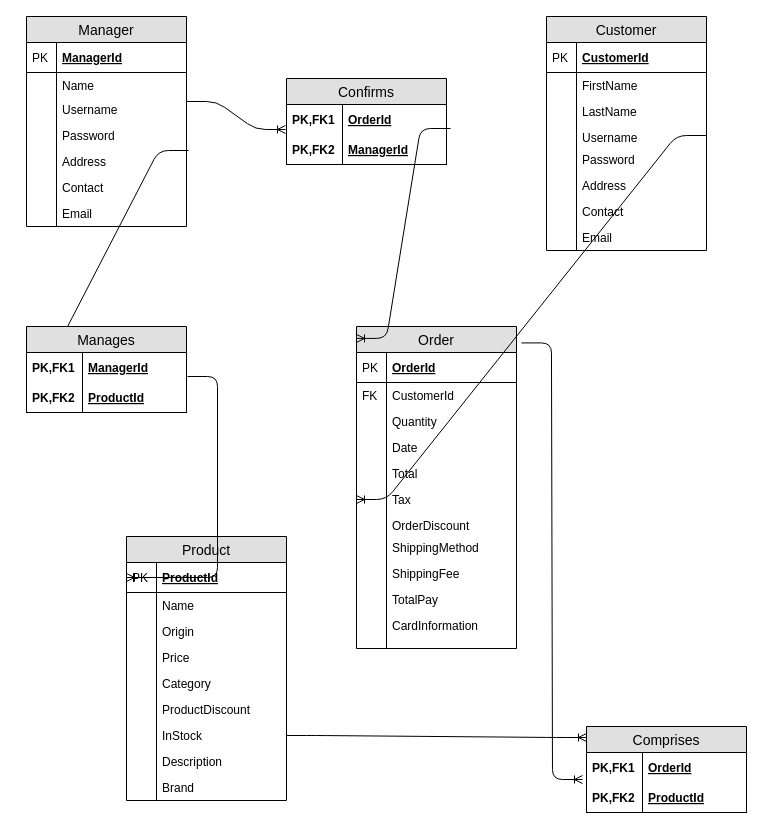
Above: page "Page-2" (2 of 3) of ERD/Untitled Diagram.drawio in Ngoc99/VIRTUAL-SHOPPING-_-SE_-ITITIU-2019 (draw.io), before the change. Source tidied: cells renumbered, new cells numbered last; positions are measured from the earlier drawing's top-left corner, leaving out a move shared by most shapes. Both pictures are drawn from the tidied source at 100%, with x=0, y=0 at pixel (26, 16).
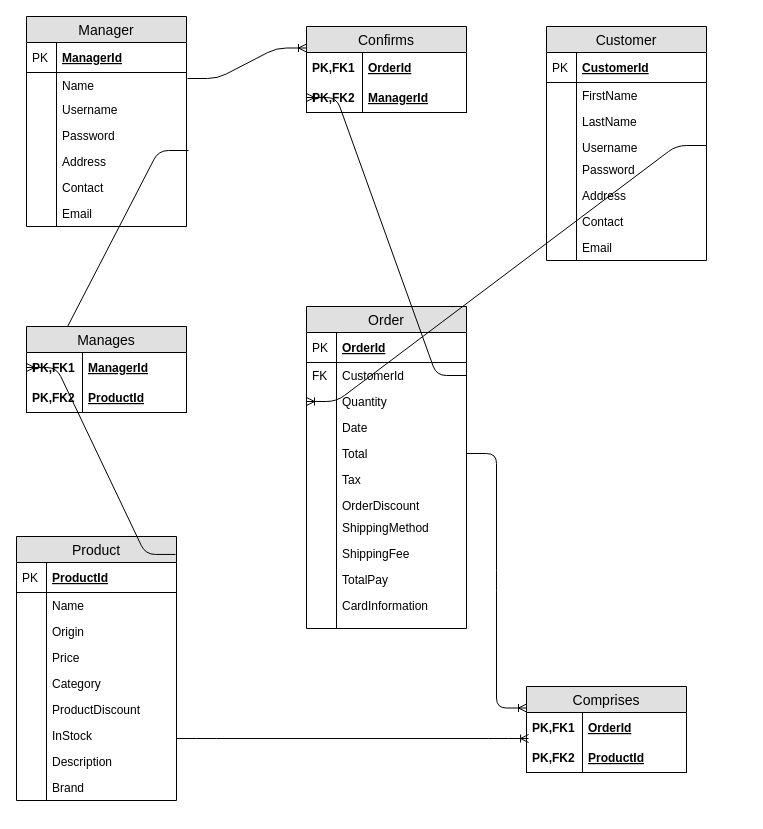
The same diagram, later.

The change refers to these unchanged cells:
```xml
<mxCell id="7" value="Username" style="shape=partialRectangle;top=0;left=0;right=0;bottom=0;align=left;verticalAlign=top;fillColor=none;spacingLeft=34;spacingRight=4;overflow=hidden;points=[[0,0.5],[1,0.5]];portConstraint=eastwest;fontSize=12;" parent="2" vertex="1">
  <mxGeometry y="80" width="160" height="26" as="geometry" />
</mxCell>
<mxCell id="18" value="ProductId" style="shape=partialRectangle;top=0;left=0;right=0;bottom=1;align=left;verticalAlign=middle;fillColor=none;spacingLeft=34;spacingRight=4;overflow=hidden;points=[[0,0.5],[1,0.5]];portConstraint=eastwest;fontStyle=5;fontSize=12;" parent="17" vertex="1">
  <mxGeometry y="26" width="160" height="30" as="geometry" />
</mxCell>
<mxCell id="30" value="InStock" style="shape=partialRectangle;top=0;left=0;right=0;bottom=0;align=left;verticalAlign=top;fillColor=none;spacingLeft=34;spacingRight=4;overflow=hidden;points=[[0,0.5],[1,0.5]];portConstraint=eastwest;fontSize=12;" parent="17" vertex="1">
  <mxGeometry y="186" width="160" height="26" as="geometry" />
</mxCell>
<mxCell id="43" value="Username" style="shape=partialRectangle;top=0;left=0;right=0;bottom=0;align=left;verticalAlign=top;fillColor=none;spacingLeft=34;spacingRight=4;overflow=hidden;points=[[0,0.5],[1,0.5]];portConstraint=eastwest;fontSize=12;" parent="36" vertex="1">
  <mxGeometry y="108" width="160" height="22" as="geometry" />
</mxCell>
<mxCell id="54" value="OrderId" style="shape=partialRectangle;top=0;left=0;right=0;bottom=0;align=left;verticalAlign=middle;fillColor=none;spacingLeft=60;spacingRight=4;overflow=hidden;points=[[0,0.5],[1,0.5]];portConstraint=eastwest;fontStyle=5;fontSize=12;" parent="53" vertex="1">
  <mxGeometry y="26" width="160" height="30" as="geometry" />
</mxCell>
<mxCell id="61" value="CustomerId" style="shape=partialRectangle;top=0;left=0;right=0;bottom=0;align=left;verticalAlign=top;fillColor=none;spacingLeft=34;spacingRight=4;overflow=hidden;points=[[0,0.5],[1,0.5]];portConstraint=eastwest;fontSize=12;" parent="58" vertex="1">
  <mxGeometry y="56" width="160" height="26" as="geometry" />
</mxCell>
<mxCell id="63" value="Quantity" style="shape=partialRectangle;top=0;left=0;right=0;bottom=0;align=left;verticalAlign=top;fillColor=none;spacingLeft=34;spacingRight=4;overflow=hidden;points=[[0,0.5],[1,0.5]];portConstraint=eastwest;fontSize=12;" parent="58" vertex="1">
  <mxGeometry y="82" width="160" height="26" as="geometry" />
</mxCell>
<mxCell id="67" value="Total" style="shape=partialRectangle;top=0;left=0;right=0;bottom=0;align=left;verticalAlign=top;fillColor=none;spacingLeft=34;spacingRight=4;overflow=hidden;points=[[0,0.5],[1,0.5]];portConstraint=eastwest;fontSize=12;" parent="58" vertex="1">
  <mxGeometry y="134" width="160" height="26" as="geometry" />
</mxCell>
<mxCell id="69" value="Tax" style="shape=partialRectangle;top=0;left=0;right=0;bottom=0;align=left;verticalAlign=top;fillColor=none;spacingLeft=34;spacingRight=4;overflow=hidden;points=[[0,0.5],[1,0.5]];portConstraint=eastwest;fontSize=12;" parent="58" vertex="1">
  <mxGeometry y="160" width="160" height="26" as="geometry" />
</mxCell>
<mxCell id="88" value="ManagerId" style="shape=partialRectangle;top=0;left=0;right=0;bottom=0;align=left;verticalAlign=middle;fillColor=none;spacingLeft=60;spacingRight=4;overflow=hidden;points=[[0,0.5],[1,0.5]];portConstraint=eastwest;fontStyle=5;fontSize=12;" parent="87" vertex="1">
  <mxGeometry y="26" width="160" height="30" as="geometry" />
</mxCell>
<mxCell id="94" value="OrderId" style="shape=partialRectangle;top=0;left=0;right=0;bottom=0;align=left;verticalAlign=middle;fillColor=none;spacingLeft=60;spacingRight=4;overflow=hidden;points=[[0,0.5],[1,0.5]];portConstraint=eastwest;fontStyle=5;fontSize=12;" parent="93" vertex="1">
  <mxGeometry y="26" width="160" height="30" as="geometry" />
</mxCell>
<mxCell id="96" value="ManagerId" style="shape=partialRectangle;top=0;left=0;right=0;bottom=1;align=left;verticalAlign=middle;fillColor=none;spacingLeft=60;spacingRight=4;overflow=hidden;points=[[0,0.5],[1,0.5]];portConstraint=eastwest;fontStyle=5;fontSize=12;" parent="93" vertex="1">
  <mxGeometry y="56" width="160" height="30" as="geometry" />
</mxCell>
```

The edit, as a diff of the source:
```diff
@@
     <mxCell id="17" value="Product" style="swimlane;fontStyle=0;horizontal=1;startSize=26;fillColor=#e0e0e0;swimlaneFillColor=#ffffff;align=center;fontSize=14;" parent="1" vertex="1">
-      <mxGeometry x="100" y="520" width="160" height="264" as="geometry" />
+      <mxGeometry x="-10" y="520" width="160" height="264" as="geometry" />
     </mxCell>
@@
     <mxCell id="36" value="Customer" style="swimlane;fontStyle=0;horizontal=1;startSize=26;fillColor=#e0e0e0;swimlaneFillColor=#ffffff;align=center;fontSize=14;" parent="1" vertex="1">
-      <mxGeometry x="520" width="160" height="234" as="geometry" />
+      <mxGeometry x="520" y="10" width="160" height="234" as="geometry" />
     </mxCell>
@@
     <mxCell id="53" value="Comprises" style="swimlane;fontStyle=0;horizontal=1;startSize=26;fillColor=#e0e0e0;swimlaneFillColor=#ffffff;align=center;fontSize=14;" parent="1" vertex="1">
-      <mxGeometry x="560" y="710" width="160" height="86" as="geometry" />
+      <mxGeometry x="500" y="670" width="160" height="86" as="geometry" />
     </mxCell>
@@
     <mxCell id="58" value="Order" style="swimlane;fontStyle=0;horizontal=1;startSize=26;fillColor=#e0e0e0;swimlaneFillColor=#ffffff;align=center;fontSize=14;" parent="1" vertex="1">
-      <mxGeometry x="330" y="310" width="160" height="322" as="geometry" />
+      <mxGeometry x="280" y="290" width="160" height="322" as="geometry" />
     </mxCell>
@@
-    <mxCell id="84" style="edgeStyle=entityRelationEdgeStyle;fontSize=12;html=1;endArrow=ERoneToMany;exitX=1;exitY=0.5;exitDx=0;exitDy=0;entryX=0;entryY=0.128;entryDx=0;entryDy=0;entryPerimeter=0;" parent="1" edge="1" source="30" target="53">
-      <mxGeometry relative="1" as="geometry" />
+    <mxCell id="84" style="edgeStyle=entityRelationEdgeStyle;fontSize=12;html=1;endArrow=ERoneToMany;entryX=0.013;entryY=0.867;entryDx=0;entryDy=0;entryPerimeter=0;" parent="1" edge="1" target="54">
+      <mxGeometry relative="1" as="geometry">
+        <mxPoint x="150" y="722" as="sourcePoint" />
+      </mxGeometry>
     </mxCell>
-    <mxCell id="85" style="edgeStyle=entityRelationEdgeStyle;fontSize=12;html=1;endArrow=ERoneToMany;exitX=1;exitY=0.5;exitDx=0;exitDy=0;entryX=0;entryY=0.5;entryDx=0;entryDy=0;" parent="1" edge="1" source="43" target="69">
+    <mxCell id="85" style="edgeStyle=entityRelationEdgeStyle;fontSize=12;html=1;endArrow=ERoneToMany;exitX=1;exitY=0.5;exitDx=0;exitDy=0;entryX=0;entryY=0.5;entryDx=0;entryDy=0;" parent="1" edge="1" source="43" target="63">
       <mxGeometry relative="1" as="geometry" />
     </mxCell>
-    <mxCell id="86" style="edgeStyle=entityRelationEdgeStyle;fontSize=12;html=1;endArrow=ERoneToMany;exitX=1.031;exitY=0.051;exitDx=0;exitDy=0;entryX=-0.025;entryY=0.9;entryDx=0;entryDy=0;exitPerimeter=0;entryPerimeter=0;" parent="1" edge="1" source="58" target="54">
+    <mxCell id="86" style="edgeStyle=entityRelationEdgeStyle;fontSize=12;html=1;endArrow=ERoneToMany;exitX=1;exitY=0.5;exitDx=0;exitDy=0;entryX=0;entryY=0.25;entryDx=0;entryDy=0;" parent="1" edge="1" source="67" target="53">
       <mxGeometry relative="1" as="geometry" />
     </mxCell>
@@
-    <mxCell id="92" style="edgeStyle=entityRelationEdgeStyle;fontSize=12;html=1;endArrow=ERoneToMany;exitX=1.013;exitY=0.077;exitDx=0;exitDy=0;entryX=0;entryY=0.5;entryDx=0;entryDy=0;exitPerimeter=0;" parent="1" edge="1" target="18">
-      <mxGeometry relative="1" as="geometry">
-        <mxPoint x="161" y="360" as="sourcePoint" />
-      </mxGeometry>
-    </mxCell>
     <mxCell id="93" value="Confirms" style="swimlane;fontStyle=0;horizontal=1;startSize=26;fillColor=#e0e0e0;swimlaneFillColor=#ffffff;align=center;fontSize=14;" parent="1" vertex="1">
-      <mxGeometry x="260" y="62" width="160" height="86" as="geometry" />
+      <mxGeometry x="280" y="10" width="160" height="86" as="geometry" />
     </mxCell>
@@
-    <mxCell id="98" style="edgeStyle=entityRelationEdgeStyle;fontSize=12;html=1;endArrow=ERoneToMany;exitX=1;exitY=0.192;exitDx=0;exitDy=0;entryX=-0.006;entryY=0.833;entryDx=0;entryDy=0;exitPerimeter=0;entryPerimeter=0;" parent="1" edge="1" source="7" target="94">
-      <mxGeometry relative="1" as="geometry" />
+    <mxCell id="98" style="edgeStyle=entityRelationEdgeStyle;fontSize=12;html=1;endArrow=ERoneToMany;entryX=0;entryY=0.25;entryDx=0;entryDy=0;" parent="1" edge="1" target="93">
+      <mxGeometry relative="1" as="geometry">
+        <mxPoint x="161" y="62" as="sourcePoint" />
+      </mxGeometry>
     </mxCell>
-    <mxCell id="99" style="edgeStyle=entityRelationEdgeStyle;fontSize=12;html=1;endArrow=ERoneToMany;exitX=1.025;exitY=0.8;exitDx=0;exitDy=0;entryX=0;entryY=0.037;entryDx=0;entryDy=0;exitPerimeter=0;entryPerimeter=0;" parent="1" edge="1" source="94" target="58">
+    <mxCell id="99" style="edgeStyle=entityRelationEdgeStyle;fontSize=12;html=1;endArrow=ERoneToMany;exitX=1;exitY=0.5;exitDx=0;exitDy=0;entryX=0;entryY=0.5;entryDx=0;entryDy=0;" parent="1" edge="1" source="61" target="96">
       <mxGeometry relative="1" as="geometry" />
     </mxCell>
+    <mxCell id="92" style="edgeStyle=entityRelationEdgeStyle;fontSize=12;html=1;endArrow=ERoneToMany;exitX=0.994;exitY=0.068;exitDx=0;exitDy=0;entryX=0;entryY=0.5;entryDx=0;entryDy=0;exitPerimeter=0;" parent="1" edge="1" source="17" target="88">
+      <mxGeometry relative="1" as="geometry" />
+    </mxCell>
```
